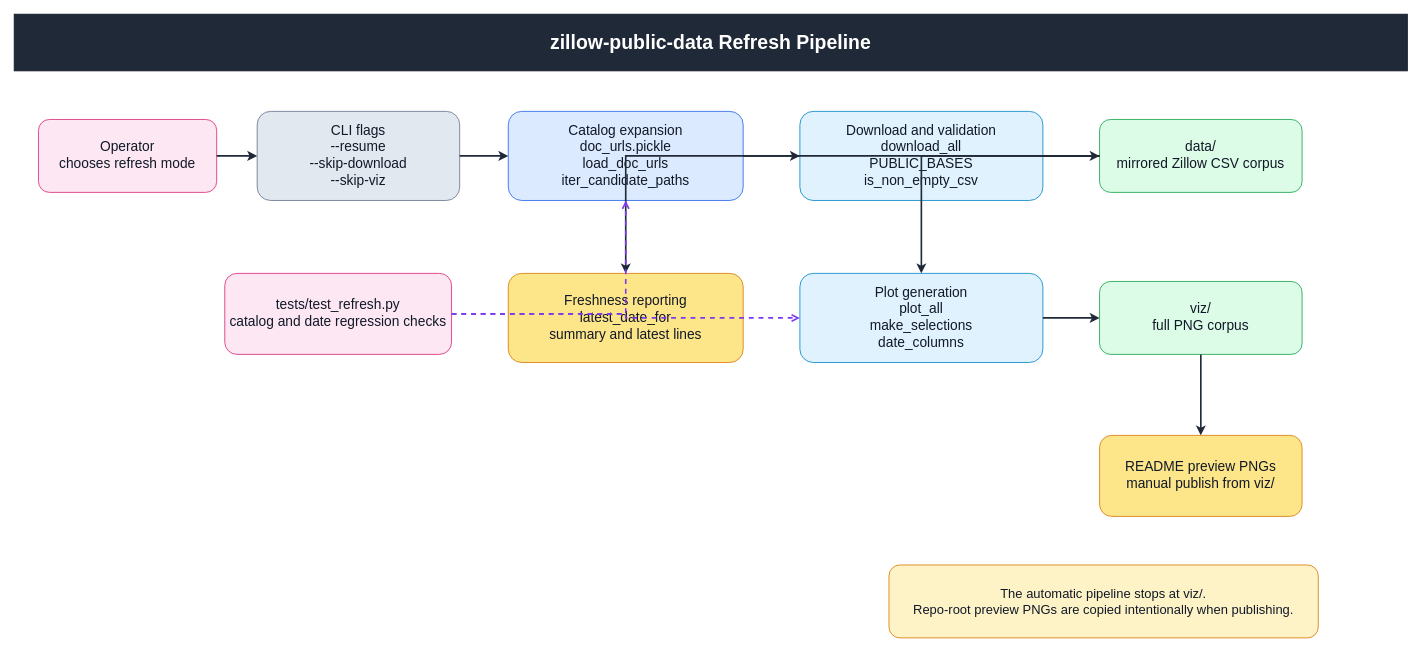
Earlier version of the draw.io diagram docs/diagrams/architecture.drawio (casonk/zillow-public-data). Source tidied: cells renumbered, new cells numbered last; positions are measured from the earlier drawing's top-left corner, leaving out a move shared by most shapes. Both pictures are drawn from the tidied source at 81%, with x=0, y=0 at pixel (14, 14).
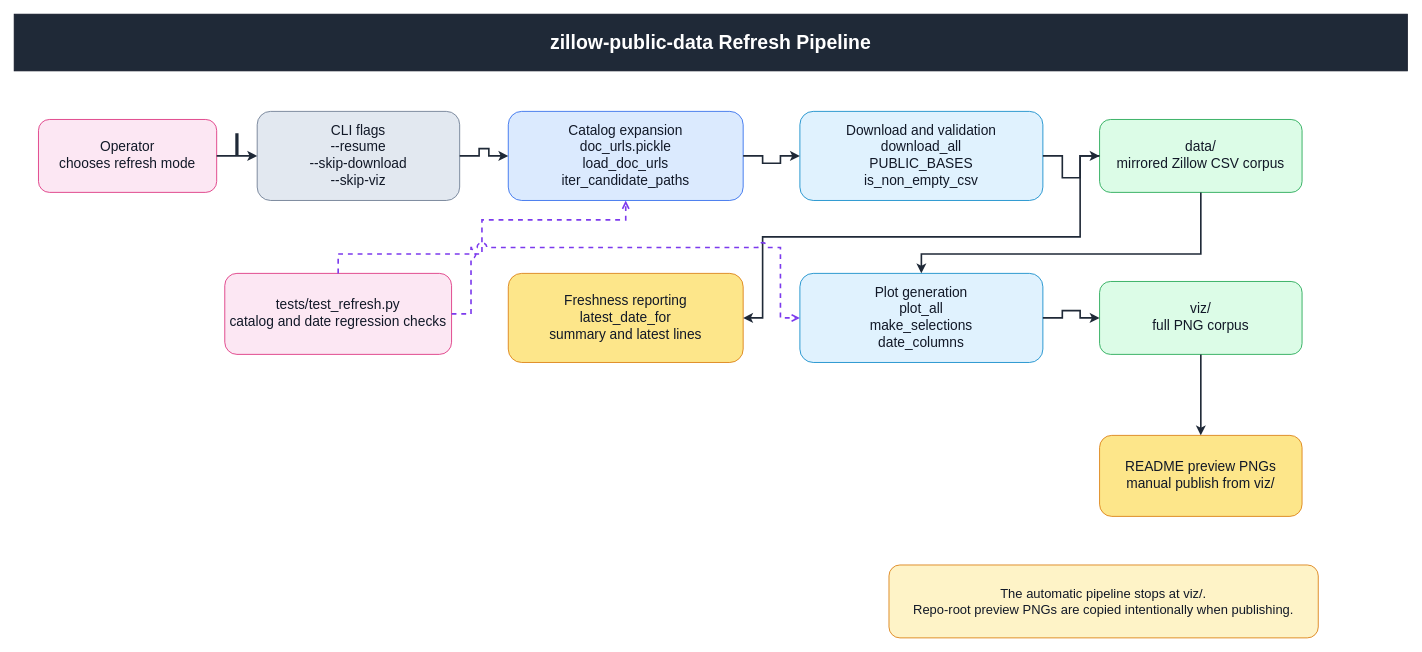
The same diagram, later.

Commit message (it also covers changes not shown here):
fix: refresh drawio architecture routes

Unchanged cells that the change refers to:
```xml
<mxCell id="3" value="Operator&#10;chooses refresh mode" style="rounded=1;whiteSpace=wrap;html=0;fillColor=#FCE7F3;strokeColor=#DB2777;fontColor=#111827;fontSize=17;" parent="1" vertex="1">
  <mxGeometry x="30" y="130" width="220" height="90" as="geometry" />
</mxCell>
<mxCell id="4" value="CLI flags&#10;--resume&#10;--skip-download&#10;--skip-viz" style="rounded=1;whiteSpace=wrap;html=0;fillColor=#E2E8F0;strokeColor=#64748B;fontColor=#111827;fontSize=17;" parent="1" vertex="1">
  <mxGeometry x="300" y="120" width="250" height="110" as="geometry" />
</mxCell>
<mxCell id="5" value="Catalog expansion&#10;doc_urls.pickle&#10;load_doc_urls&#10;iter_candidate_paths" style="rounded=1;whiteSpace=wrap;html=0;fillColor=#DBEAFE;strokeColor=#2563EB;fontColor=#111827;fontSize=17;" parent="1" vertex="1">
  <mxGeometry x="610" y="120" width="290" height="110" as="geometry" />
</mxCell>
<mxCell id="6" value="Download and validation&#10;download_all&#10;PUBLIC_BASES&#10;is_non_empty_csv" style="rounded=1;whiteSpace=wrap;html=0;fillColor=#E0F2FE;strokeColor=#0284C7;fontColor=#111827;fontSize=17;" parent="1" vertex="1">
  <mxGeometry x="970" y="120" width="300" height="110" as="geometry" />
</mxCell>
<mxCell id="7" value="data/&#10;mirrored Zillow CSV corpus" style="rounded=1;whiteSpace=wrap;html=0;fillColor=#DCFCE7;strokeColor=#16A34A;fontColor=#111827;fontSize=17;" parent="1" vertex="1">
  <mxGeometry x="1340" y="130" width="250" height="90" as="geometry" />
</mxCell>
<mxCell id="8" value="Plot generation&#10;plot_all&#10;make_selections&#10;date_columns" style="rounded=1;whiteSpace=wrap;html=0;fillColor=#E0F2FE;strokeColor=#0284C7;fontColor=#111827;fontSize=17;" parent="1" vertex="1">
  <mxGeometry x="970" y="320" width="300" height="110" as="geometry" />
</mxCell>
<mxCell id="9" value="viz/&#10;full PNG corpus" style="rounded=1;whiteSpace=wrap;html=0;fillColor=#DCFCE7;strokeColor=#16A34A;fontColor=#111827;fontSize=17;" parent="1" vertex="1">
  <mxGeometry x="1340" y="330" width="250" height="90" as="geometry" />
</mxCell>
<mxCell id="10" value="Freshness reporting&#10;latest_date_for&#10;summary and latest lines" style="rounded=1;whiteSpace=wrap;html=0;fillColor=#FDE68A;strokeColor=#D97706;fontColor=#111827;fontSize=17;" parent="1" vertex="1">
  <mxGeometry x="610" y="320" width="290" height="110" as="geometry" />
</mxCell>
<mxCell id="11" value="README preview PNGs&#10;manual publish from viz/" style="rounded=1;whiteSpace=wrap;html=0;fillColor=#FDE68A;strokeColor=#D97706;fontColor=#111827;fontSize=17;" parent="1" vertex="1">
  <mxGeometry x="1340" y="520" width="250" height="100" as="geometry" />
</mxCell>
<mxCell id="12" value="tests/test_refresh.py&#10;catalog and date regression checks" style="rounded=1;whiteSpace=wrap;html=0;fillColor=#FCE7F3;strokeColor=#DB2777;fontColor=#111827;fontSize=17;" parent="1" vertex="1">
  <mxGeometry x="260" y="320" width="280" height="100" as="geometry" />
</mxCell>
```

Diff of the diagram source:
```diff
@@
-    <mxCell id="14" style="rounded=0;html=0;strokeColor=#1F2937;edgeStyle=orthogonalEdgeStyle;endArrow=classic;endFill=1;strokeWidth=2;" parent="1" edge="1" source="3" target="4">
-      <mxGeometry relative="1" as="geometry" />
+    <mxCell id="14" style="rounded=0;html=0;strokeColor=#1F2937;edgeStyle=orthogonalEdgeStyle;endArrow=classic;endFill=1;strokeWidth=2;jumpStyle=arc;jumpSize=10;" parent="1" edge="1" source="3" target="4">
+      <mxGeometry relative="1" as="geometry">
+        <Array as="points">
+          <mxPoint x="274" y="175" />
+          <mxPoint x="274" y="148" />
+          <mxPoint x="276" y="148" />
+          <mxPoint x="276" y="175" />
+        </Array>
+      </mxGeometry>
     </mxCell>
-    <mxCell id="15" style="rounded=0;html=0;strokeColor=#1F2937;edgeStyle=orthogonalEdgeStyle;endArrow=classic;endFill=1;strokeWidth=2;" parent="1" edge="1" source="4" target="5">
-      <mxGeometry relative="1" as="geometry" />
+    <mxCell id="15" style="rounded=0;html=0;strokeColor=#1F2937;edgeStyle=orthogonalEdgeStyle;endArrow=classic;endFill=1;strokeWidth=2;jumpStyle=arc;jumpSize=10;" parent="1" edge="1" source="4" target="5">
+      <mxGeometry relative="1" as="geometry">
+        <Array as="points">
+          <mxPoint x="574" y="175" />
+          <mxPoint x="574" y="166" />
+          <mxPoint x="586" y="166" />
+          <mxPoint x="586" y="175" />
+        </Array>
+      </mxGeometry>
     </mxCell>
-    <mxCell id="16" style="rounded=0;html=0;strokeColor=#1F2937;edgeStyle=orthogonalEdgeStyle;endArrow=classic;endFill=1;strokeWidth=2;" parent="1" edge="1" source="5" target="6">
-      <mxGeometry relative="1" as="geometry" />
+    <mxCell id="16" style="rounded=0;html=0;strokeColor=#1F2937;edgeStyle=orthogonalEdgeStyle;endArrow=classic;endFill=1;strokeWidth=2;jumpStyle=arc;jumpSize=10;" parent="1" edge="1" source="5" target="6">
+      <mxGeometry relative="1" as="geometry">
+        <Array as="points">
+          <mxPoint x="924" y="175" />
+          <mxPoint x="924" y="184" />
+          <mxPoint x="946" y="184" />
+          <mxPoint x="946" y="175" />
+        </Array>
+      </mxGeometry>
     </mxCell>
-    <mxCell id="17" style="rounded=0;html=0;strokeColor=#1F2937;edgeStyle=orthogonalEdgeStyle;endArrow=classic;endFill=1;strokeWidth=2;" parent="1" edge="1" source="6" target="7">
-      <mxGeometry relative="1" as="geometry" />
+    <mxCell id="17" style="rounded=0;html=0;strokeColor=#1F2937;edgeStyle=orthogonalEdgeStyle;endArrow=classic;endFill=1;strokeWidth=2;jumpStyle=arc;jumpSize=10;" parent="1" edge="1" source="6" target="7">
+      <mxGeometry relative="1" as="geometry">
+        <Array as="points">
+          <mxPoint x="1294" y="175" />
+          <mxPoint x="1294" y="202" />
+          <mxPoint x="1316" y="202" />
+          <mxPoint x="1316" y="175" />
+        </Array>
+      </mxGeometry>
     </mxCell>
-    <mxCell id="18" style="rounded=0;html=0;strokeColor=#1F2937;edgeStyle=orthogonalEdgeStyle;endArrow=classic;endFill=1;strokeWidth=2;" parent="1" edge="1" source="7" target="8">
-      <mxGeometry relative="1" as="geometry" />
+    <mxCell id="18" style="rounded=0;html=0;strokeColor=#1F2937;edgeStyle=orthogonalEdgeStyle;endArrow=classic;endFill=1;strokeWidth=2;jumpStyle=arc;jumpSize=10;" parent="1" edge="1" source="7" target="8">
+      <mxGeometry relative="1" as="geometry">
+        <Array as="points">
+          <mxPoint x="1465" y="244" />
+          <mxPoint x="1465" y="296" />
+          <mxPoint x="1120" y="296" />
+        </Array>
+      </mxGeometry>
     </mxCell>
-    <mxCell id="19" style="rounded=0;html=0;strokeColor=#1F2937;edgeStyle=orthogonalEdgeStyle;endArrow=classic;endFill=1;strokeWidth=2;" parent="1" edge="1" source="8" target="9">
-      <mxGeometry relative="1" as="geometry" />
+    <mxCell id="19" style="rounded=0;html=0;strokeColor=#1F2937;edgeStyle=orthogonalEdgeStyle;endArrow=classic;endFill=1;strokeWidth=2;jumpStyle=arc;jumpSize=10;" parent="1" edge="1" source="8" target="9">
+      <mxGeometry relative="1" as="geometry">
+        <Array as="points">
+          <mxPoint x="1294" y="375" />
+          <mxPoint x="1294" y="366" />
+          <mxPoint x="1316" y="366" />
+          <mxPoint x="1316" y="375" />
+        </Array>
+      </mxGeometry>
     </mxCell>
-    <mxCell id="20" style="rounded=0;html=0;strokeColor=#1F2937;edgeStyle=orthogonalEdgeStyle;endArrow=classic;endFill=1;strokeWidth=2;" parent="1" edge="1" source="7" target="10">
-      <mxGeometry relative="1" as="geometry" />
+    <mxCell id="20" style="rounded=0;html=0;strokeColor=#1F2937;edgeStyle=orthogonalEdgeStyle;endArrow=classic;endFill=1;strokeWidth=2;jumpStyle=arc;jumpSize=10;" parent="1" edge="1" source="7" target="10">
+      <mxGeometry relative="1" as="geometry">
+        <Array as="points">
+          <mxPoint x="1316" y="175" />
+          <mxPoint x="1316" y="275" />
+          <mxPoint x="924" y="275" />
+          <mxPoint x="924" y="375" />
+        </Array>
+      </mxGeometry>
     </mxCell>
-    <mxCell id="21" style="rounded=0;html=0;strokeColor=#1F2937;edgeStyle=orthogonalEdgeStyle;endArrow=classic;endFill=1;strokeWidth=2;" parent="1" edge="1" source="9" target="11">
-      <mxGeometry relative="1" as="geometry" />
+    <mxCell id="21" style="rounded=0;html=0;strokeColor=#1F2937;edgeStyle=orthogonalEdgeStyle;endArrow=classic;endFill=1;strokeWidth=2;jumpStyle=arc;jumpSize=10;" parent="1" edge="1" source="9" target="11">
+      <mxGeometry relative="1" as="geometry">
+        <Array as="points">
+          <mxPoint x="1465" y="444" />
+          <mxPoint x="1465" y="496" />
+        </Array>
+      </mxGeometry>
     </mxCell>
-    <mxCell id="22" style="rounded=0;html=0;strokeColor=#7C3AED;dashed=1;edgeStyle=orthogonalEdgeStyle;endArrow=open;endFill=0;strokeWidth=2;" parent="1" edge="1" source="12" target="5">
-      <mxGeometry relative="1" as="geometry" />
+    <mxCell id="22" style="rounded=0;html=0;strokeColor=#7C3AED;dashed=1;edgeStyle=orthogonalEdgeStyle;endArrow=open;endFill=0;strokeWidth=2;jumpStyle=arc;jumpSize=10;" parent="1" edge="1" source="12" target="5">
+      <mxGeometry relative="1" as="geometry">
+        <Array as="points">
+          <mxPoint x="400" y="296" />
+          <mxPoint x="577.5" y="296" />
+          <mxPoint x="577.5" y="254" />
+          <mxPoint x="755" y="254" />
+        </Array>
+      </mxGeometry>
     </mxCell>
-    <mxCell id="23" style="rounded=0;html=0;strokeColor=#7C3AED;dashed=1;edgeStyle=orthogonalEdgeStyle;endArrow=open;endFill=0;strokeWidth=2;" parent="1" edge="1" source="12" target="8">
-      <mxGeometry relative="1" as="geometry" />
+    <mxCell id="23" style="rounded=0;html=0;strokeColor=#7C3AED;dashed=1;edgeStyle=orthogonalEdgeStyle;endArrow=open;endFill=0;strokeWidth=2;jumpStyle=arc;jumpSize=10;" parent="1" edge="1" source="12" target="8">
+      <mxGeometry relative="1" as="geometry">
+        <Array as="points">
+          <mxPoint x="564" y="370" />
+          <mxPoint x="564" y="288" />
+          <mxPoint x="946" y="288" />
+          <mxPoint x="946" y="375" />
+        </Array>
+      </mxGeometry>
     </mxCell>
```
